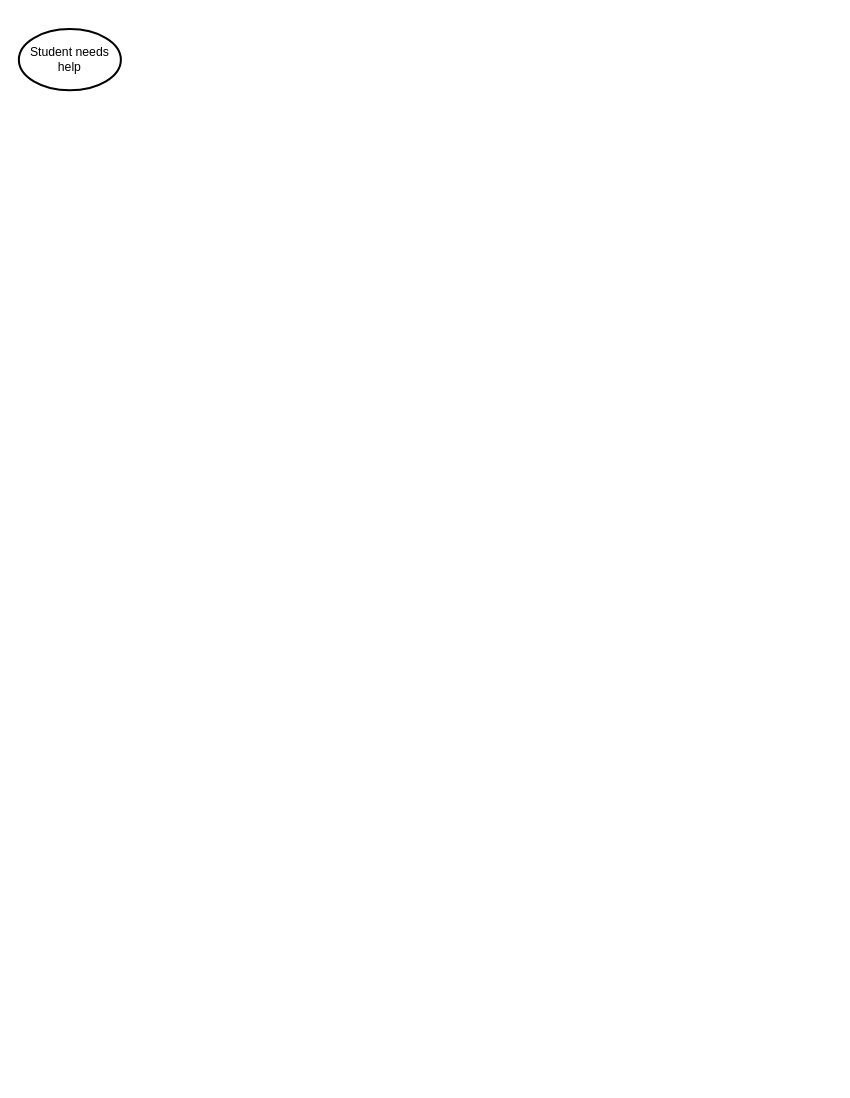
This is Squire Algorithm Flow.drawio from thanhn062/squire, a draw.io file, before an edit. Source tidied: cells renumbered, new cells numbered last; positions are measured from the earlier drawing's top-left corner, leaving out a move shared by most shapes. Both pictures are drawn from the tidied source at 102%, with x=0, y=0 at pixel (18, 29).
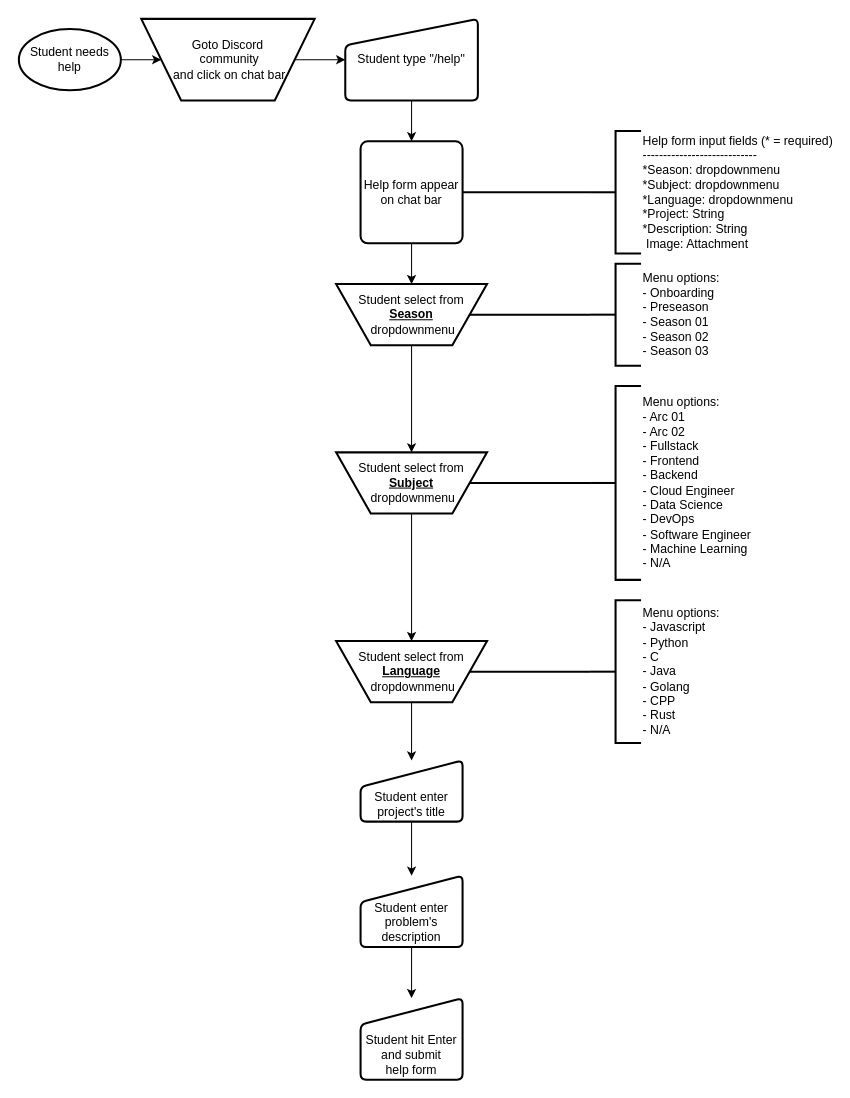
After the change.

Commit message:
Update Squire Algorithm Flow - student's flow.drawio

Unchanged cells that the change refers to:
```xml
<mxCell id="2" value="Student needs help" style="strokeWidth=2;html=1;shape=mxgraph.flowchart.start_1;whiteSpace=wrap;" parent="1" vertex="1">
  <mxGeometry width="100" height="60" as="geometry" />
</mxCell>
```

The edit, as a diff of the source:
```diff
@@
+    <mxCell id="3" style="edgeStyle=orthogonalEdgeStyle;rounded=0;jettySize=auto;html=1;" parent="1" edge="1" source="2" target="5">
+      <mxGeometry relative="1" as="geometry" />
+    </mxCell>
@@
+    <mxCell id="4" style="edgeStyle=orthogonalEdgeStyle;rounded=0;jettySize=auto;html=1;" parent="1" edge="1" source="5" target="7">
+      <mxGeometry relative="1" as="geometry" />
+    </mxCell>
+    <mxCell id="5" value="Goto Discord&lt;br&gt;&amp;nbsp;community&lt;br&gt;&amp;nbsp;and click on chat bar&lt;span data-lucid-content=&quot;{&amp;quot;t&amp;quot;:&amp;quot;Goto Discord community and click on chat bar&amp;quot;,&amp;quot;m&amp;quot;:[{&amp;quot;s&amp;quot;:0,&amp;quot;n&amp;quot;:&amp;quot;a&amp;quot;,&amp;quot;v&amp;quot;:&amp;quot;center&amp;quot;},{&amp;quot;s&amp;quot;:0,&amp;quot;n&amp;quot;:&amp;quot;c&amp;quot;,&amp;quot;v&amp;quot;:&amp;quot;3a414aff&amp;quot;,&amp;quot;e&amp;quot;:44}]}&quot;&gt;&lt;/span&gt;&lt;span data-lucid-content=&quot;{&amp;quot;t&amp;quot;:&amp;quot;Goto Discord community and click on chat bar&amp;quot;,&amp;quot;m&amp;quot;:[{&amp;quot;s&amp;quot;:0,&amp;quot;n&amp;quot;:&amp;quot;a&amp;quot;,&amp;quot;v&amp;quot;:&amp;quot;center&amp;quot;},{&amp;quot;s&amp;quot;:0,&amp;quot;n&amp;quot;:&amp;quot;c&amp;quot;,&amp;quot;v&amp;quot;:&amp;quot;3a414aff&amp;quot;,&amp;quot;e&amp;quot;:44}]}&quot;&gt;&lt;/span&gt;" style="verticalLabelPosition=middle;verticalAlign=middle;html=1;shape=trapezoid;perimeter=trapezoidPerimeter;whiteSpace=wrap;size=0.23;arcSize=10;flipV=1;labelPosition=center;align=center;strokeWidth=2;" parent="1" vertex="1">
+      <mxGeometry x="120" y="-10" width="170" height="80" as="geometry" />
+    </mxCell>
+    <mxCell id="6" style="edgeStyle=orthogonalEdgeStyle;rounded=0;jettySize=auto;html=1;" parent="1" edge="1" source="7" target="10">
+      <mxGeometry relative="1" as="geometry" />
+    </mxCell>
+    <mxCell id="7" value="Student type &quot;/help&quot;" style="html=1;strokeWidth=2;shape=manualInput;whiteSpace=wrap;rounded=1;size=26;arcSize=11;shadow=0;align=center;verticalAlign=middle;" parent="1" vertex="1">
+      <mxGeometry x="320" y="-10" width="130" height="80" as="geometry" />
+    </mxCell>
+    <mxCell id="8" style="edgeStyle=orthogonalEdgeStyle;rounded=0;jettySize=auto;html=1;" parent="1" edge="1" source="10" target="14">
+      <mxGeometry relative="1" as="geometry" />
+    </mxCell>
+    <mxCell id="9" style="edgeStyle=orthogonalEdgeStyle;rounded=0;jettySize=auto;html=1;exitX=1;exitY=0.5;exitDx=0;exitDy=0;entryX=0;entryY=0.5;entryDx=0;entryDy=0;entryPerimeter=0;endArrow=none;endFill=0;strokeWidth=2;" parent="1" edge="1" source="10" target="11">
+      <mxGeometry relative="1" as="geometry" />
+    </mxCell>
+    <mxCell id="10" value="Help form appear&lt;br&gt;on chat bar" style="rounded=1;whiteSpace=wrap;html=1;absoluteArcSize=1;arcSize=14;strokeWidth=2;" parent="1" vertex="1">
+      <mxGeometry x="335" y="110" width="100" height="100" as="geometry" />
+    </mxCell>
+    <mxCell id="11" value="Help form input fields (* = required)&lt;br&gt;----------------------------&lt;br&gt;*Season: dropdownmenu&lt;br&gt;*Subject: dropdownmenu&lt;br&gt;*Language: dropdownmenu&lt;br&gt;*Project: String&lt;br&gt;*Description: String&lt;br&gt;&amp;nbsp;Image: Attachment" style="strokeWidth=2;html=1;shape=mxgraph.flowchart.annotation_2;align=left;labelPosition=right;" parent="1" vertex="1">
+      <mxGeometry x="560" y="100" width="50" height="120" as="geometry" />
+    </mxCell>
+    <mxCell id="12" style="edgeStyle=orthogonalEdgeStyle;rounded=0;jettySize=auto;html=1;strokeWidth=2;endArrow=none;endFill=0;" parent="1" edge="1" source="14" target="21">
+      <mxGeometry relative="1" as="geometry" />
+    </mxCell>
+    <mxCell id="13" style="edgeStyle=orthogonalEdgeStyle;rounded=0;jettySize=auto;html=1;" parent="1" edge="1" source="14" target="17">
+      <mxGeometry relative="1" as="geometry" />
+    </mxCell>
+    <mxCell id="14" value="Student select from&lt;br&gt;&lt;b&gt;&lt;u&gt;Season&lt;/u&gt;&lt;/b&gt;&lt;br&gt;&amp;nbsp;dropdownmenu" style="verticalLabelPosition=middle;verticalAlign=middle;html=1;shape=trapezoid;perimeter=trapezoidPerimeter;whiteSpace=wrap;size=0.23;arcSize=10;flipV=1;labelPosition=center;align=center;strokeWidth=2;" parent="1" vertex="1">
+      <mxGeometry x="311" y="250" width="148" height="60" as="geometry" />
+    </mxCell>
+    <mxCell id="15" style="edgeStyle=orthogonalEdgeStyle;rounded=0;jettySize=auto;html=1;strokeWidth=2;endArrow=none;endFill=0;" parent="1" edge="1" source="17" target="22">
+      <mxGeometry relative="1" as="geometry" />
+    </mxCell>
+    <mxCell id="16" style="edgeStyle=orthogonalEdgeStyle;rounded=0;jettySize=auto;html=1;exitX=0.5;exitY=1;exitDx=0;exitDy=0;entryX=0.5;entryY=0;entryDx=0;entryDy=0;" parent="1" edge="1" source="17" target="20">
+      <mxGeometry relative="1" as="geometry" />
+    </mxCell>
+    <mxCell id="17" value="Student select from&lt;br&gt;&lt;b&gt;&lt;u&gt;Subject&lt;/u&gt;&lt;/b&gt;&lt;br&gt;&amp;nbsp;dropdownmenu" style="verticalLabelPosition=middle;verticalAlign=middle;html=1;shape=trapezoid;perimeter=trapezoidPerimeter;whiteSpace=wrap;size=0.23;arcSize=10;flipV=1;labelPosition=center;align=center;strokeWidth=2;" parent="1" vertex="1">
+      <mxGeometry x="311" y="415" width="148" height="60" as="geometry" />
+    </mxCell>
+    <mxCell id="18" style="edgeStyle=orthogonalEdgeStyle;rounded=0;jettySize=auto;html=1;strokeWidth=2;endArrow=none;endFill=0;" parent="1" edge="1" source="20" target="23">
+      <mxGeometry relative="1" as="geometry" />
+    </mxCell>
+    <mxCell id="19" style="edgeStyle=orthogonalEdgeStyle;rounded=0;jettySize=auto;html=1;" parent="1" edge="1" source="20" target="25">
+      <mxGeometry relative="1" as="geometry" />
+    </mxCell>
+    <mxCell id="20" value="Student select from&lt;br&gt;&lt;b&gt;&lt;u&gt;Language&lt;/u&gt;&lt;/b&gt;&lt;br&gt;&amp;nbsp;dropdownmenu" style="verticalLabelPosition=middle;verticalAlign=middle;html=1;shape=trapezoid;perimeter=trapezoidPerimeter;whiteSpace=wrap;size=0.23;arcSize=10;flipV=1;labelPosition=center;align=center;strokeWidth=2;" parent="1" vertex="1">
+      <mxGeometry x="311" y="600" width="148" height="60" as="geometry" />
+    </mxCell>
+    <mxCell id="21" value="Menu options:&lt;br&gt;- Onboarding&lt;br&gt;- Preseason&lt;br&gt;- Season 01&lt;br&gt;- Season 02&lt;br&gt;- Season 03" style="strokeWidth=2;html=1;shape=mxgraph.flowchart.annotation_2;align=left;labelPosition=right;" parent="1" vertex="1">
+      <mxGeometry x="560" y="230" width="50" height="100" as="geometry" />
+    </mxCell>
+    <mxCell id="22" value="Menu options:&lt;br&gt;- Arc 01&lt;br&gt;- Arc 02&lt;br&gt;- Fullstack&lt;br&gt;- Frontend&lt;br&gt;- Backend&lt;br&gt;- Cloud Engineer&lt;br&gt;- Data Science&lt;br&gt;- DevOps&lt;br&gt;- Software Engineer&lt;br&gt;- Machine Learning&lt;br&gt;- N/A" style="strokeWidth=2;html=1;shape=mxgraph.flowchart.annotation_2;align=left;labelPosition=right;" parent="1" vertex="1">
+      <mxGeometry x="560" y="350" width="50" height="190" as="geometry" />
+    </mxCell>
+    <mxCell id="23" value="Menu options:&lt;br&gt;- Javascript&lt;br&gt;- Python&lt;br&gt;- C&lt;br&gt;- Java&lt;br&gt;- Golang&lt;br&gt;- CPP&lt;br&gt;- Rust&lt;br&gt;- N/A" style="strokeWidth=2;html=1;shape=mxgraph.flowchart.annotation_2;align=left;labelPosition=right;" parent="1" vertex="1">
+      <mxGeometry x="560" y="560" width="50" height="140" as="geometry" />
+    </mxCell>
+    <mxCell id="24" style="edgeStyle=orthogonalEdgeStyle;rounded=0;jettySize=auto;html=1;" parent="1" edge="1" source="25" target="27">
+      <mxGeometry relative="1" as="geometry" />
+    </mxCell>
+    <mxCell id="25" value="Student enter project's title" style="html=1;strokeWidth=2;shape=manualInput;whiteSpace=wrap;rounded=1;size=26;arcSize=11;verticalAlign=bottom;horizontal=1;" parent="1" vertex="1">
+      <mxGeometry x="335" y="717" width="100" height="60" as="geometry" />
+    </mxCell>
+    <mxCell id="26" style="edgeStyle=orthogonalEdgeStyle;rounded=0;jettySize=auto;html=1;" parent="1" edge="1" source="27" target="28">
+      <mxGeometry relative="1" as="geometry" />
+    </mxCell>
+    <mxCell id="27" value="Student enter problem's description" style="html=1;strokeWidth=2;shape=manualInput;whiteSpace=wrap;rounded=1;size=26;arcSize=11;verticalAlign=bottom;horizontal=1;" parent="1" vertex="1">
+      <mxGeometry x="335" y="830" width="100" height="70" as="geometry" />
+    </mxCell>
+    <mxCell id="28" value="Student hit Enter and submit&lt;br&gt;help form" style="html=1;strokeWidth=2;shape=manualInput;whiteSpace=wrap;rounded=1;size=26;arcSize=11;verticalAlign=bottom;horizontal=1;" parent="1" vertex="1">
+      <mxGeometry x="335" y="950" width="100" height="80" as="geometry" />
+    </mxCell>
```
